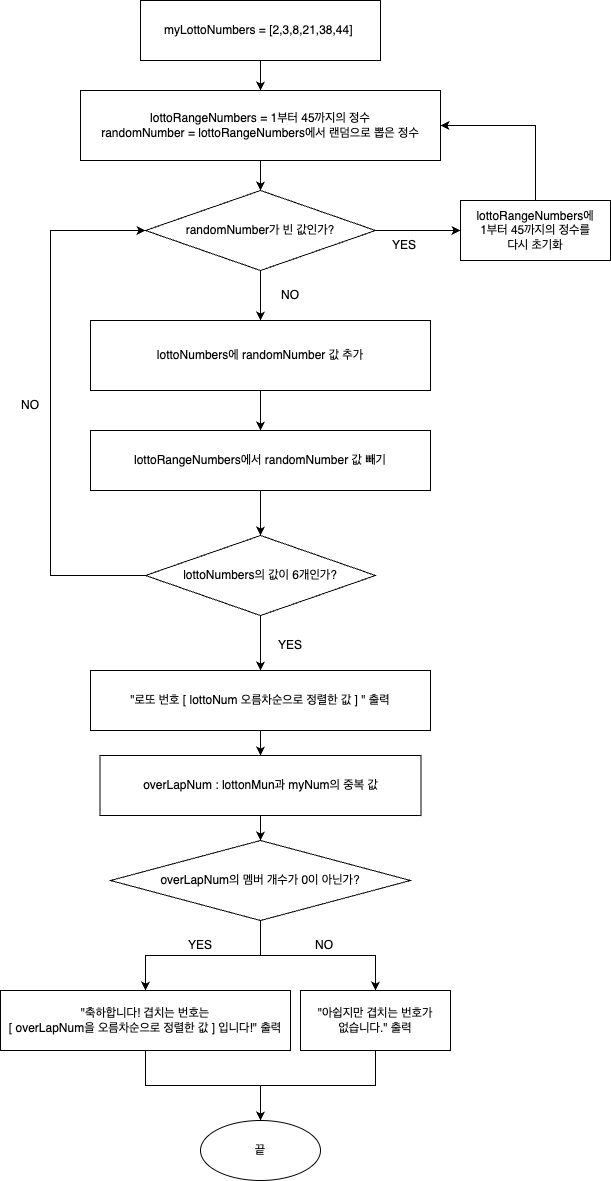
Earlier version of the draw.io export RandomLottoNumber3.drawio.png (yagom-academy/swift-starter-Round2). Source tidied: cells renumbered, new cells last; positions are measured from the earlier drawing's top-left corner, leaving out a move shared by most shapes. The source it was exported from:
```xml
<mxGraphModel>
  <root>
    <mxCell id="0" />
    <mxCell id="1" parent="0" />
    <mxCell id="2" style="edgeStyle=orthogonalEdgeStyle;rounded=0;jettySize=auto;html=1;" parent="1" edge="1" source="3" target="5">
      <mxGeometry relative="1" as="geometry" />
    </mxCell>
    <mxCell id="3" value="myLottoNumbers = [2,3,8,21,38,44]&amp;nbsp;" style="rounded=0;whiteSpace=wrap;html=1;" parent="1" vertex="1">
      <mxGeometry x="140" width="240" height="60" as="geometry" />
    </mxCell>
    <mxCell id="4" style="edgeStyle=orthogonalEdgeStyle;rounded=0;jettySize=auto;html=1;" parent="1" edge="1" source="5" target="8">
      <mxGeometry relative="1" as="geometry" />
    </mxCell>
    <mxCell id="5" value="lottoRangeNumbers = 1부터 45까지의 정수&lt;br&gt;randomNumber = lottoRangeNumbers에서 랜덤으로 뽑은 정수" style="whiteSpace=wrap;html=1;rounded=0;" parent="1" vertex="1">
      <mxGeometry x="80" y="90" width="360" height="70" as="geometry" />
    </mxCell>
    <mxCell id="6" style="edgeStyle=orthogonalEdgeStyle;rounded=0;jettySize=auto;html=1;" parent="1" edge="1" source="8" target="10">
      <mxGeometry relative="1" as="geometry" />
    </mxCell>
    <mxCell id="7" style="edgeStyle=orthogonalEdgeStyle;rounded=0;jettySize=auto;html=1;" parent="1" edge="1" source="8" target="12">
      <mxGeometry relative="1" as="geometry" />
    </mxCell>
    <mxCell id="8" value="randomNumber가 빈 값인가?" style="rhombus;whiteSpace=wrap;html=1;rounded=0;" parent="1" vertex="1">
      <mxGeometry x="145" y="190" width="230" height="80" as="geometry" />
    </mxCell>
    <mxCell id="9" style="edgeStyle=orthogonalEdgeStyle;rounded=0;jettySize=auto;html=1;entryX=1;entryY=0.5;entryDx=0;entryDy=0;exitX=0.5;exitY=0;exitDx=0;exitDy=0;" parent="1" edge="1" source="10" target="5">
      <mxGeometry relative="1" as="geometry">
        <Array as="points">
          <mxPoint x="535" y="125" />
        </Array>
      </mxGeometry>
    </mxCell>
    <mxCell id="10" value="lottoRangeNumbers에 &lt;br&gt;1부터 45까지의 정수를&lt;br&gt;다시 초기화" style="whiteSpace=wrap;html=1;rounded=0;" parent="1" vertex="1">
      <mxGeometry x="460" y="200" width="150" height="60" as="geometry" />
    </mxCell>
    <mxCell id="11" style="edgeStyle=orthogonalEdgeStyle;rounded=0;jettySize=auto;html=1;" parent="1" edge="1" source="12" target="14">
      <mxGeometry relative="1" as="geometry" />
    </mxCell>
    <mxCell id="12" value="lottoNumbers에 randomNumber 값 추가" style="whiteSpace=wrap;html=1;rounded=0;" parent="1" vertex="1">
      <mxGeometry x="90" y="320" width="340" height="70" as="geometry" />
    </mxCell>
    <mxCell id="13" style="edgeStyle=orthogonalEdgeStyle;rounded=0;jettySize=auto;html=1;" parent="1" edge="1" source="14" target="17">
      <mxGeometry relative="1" as="geometry" />
    </mxCell>
    <mxCell id="14" value="lottoRangeNumbers에서 randomNumber 값 빼기" style="rounded=0;whiteSpace=wrap;html=1;" parent="1" vertex="1">
      <mxGeometry x="90" y="430" width="340" height="60" as="geometry" />
    </mxCell>
    <mxCell id="15" style="edgeStyle=orthogonalEdgeStyle;rounded=0;jettySize=auto;html=1;entryX=0;entryY=0.5;entryDx=0;entryDy=0;" parent="1" edge="1" source="17" target="8">
      <mxGeometry relative="1" as="geometry">
        <Array as="points">
          <mxPoint x="50" y="575" />
          <mxPoint x="50" y="230" />
        </Array>
      </mxGeometry>
    </mxCell>
    <mxCell id="16" style="edgeStyle=orthogonalEdgeStyle;rounded=0;jettySize=auto;html=1;entryX=0.5;entryY=0;entryDx=0;entryDy=0;" parent="1" edge="1" source="17" target="19">
      <mxGeometry relative="1" as="geometry" />
    </mxCell>
    <mxCell id="17" value="lottoNumbers의 값이 6개인가?" style="rhombus;whiteSpace=wrap;html=1;rounded=0;" parent="1" vertex="1">
      <mxGeometry x="145" y="535" width="230" height="80" as="geometry" />
    </mxCell>
    <mxCell id="18" style="edgeStyle=orthogonalEdgeStyle;rounded=0;jettySize=auto;html=1;" parent="1" edge="1" source="19" target="22">
      <mxGeometry relative="1" as="geometry" />
    </mxCell>
    <mxCell id="19" value="&quot;로또 번호 [ lottoNum 오름차순으로 정렬한 값 ] &quot; 출력" style="rounded=0;whiteSpace=wrap;html=1;" parent="1" vertex="1">
      <mxGeometry x="90" y="670" width="340" height="60" as="geometry" />
    </mxCell>
    <mxCell id="20" value="끝" style="ellipse;whiteSpace=wrap;html=1;" parent="1" vertex="1">
      <mxGeometry x="200" y="1120" width="120" height="60" as="geometry" />
    </mxCell>
    <mxCell id="21" style="edgeStyle=orthogonalEdgeStyle;rounded=0;jettySize=auto;html=1;" parent="1" edge="1" source="22" target="25">
      <mxGeometry relative="1" as="geometry" />
    </mxCell>
    <mxCell id="22" value="overLapNum : lottonMun과 myNum의 중복 값" style="whiteSpace=wrap;html=1;rounded=0;" parent="1" vertex="1">
      <mxGeometry x="99.5" y="755" width="321" height="60" as="geometry" />
    </mxCell>
    <mxCell id="23" style="edgeStyle=orthogonalEdgeStyle;rounded=0;jettySize=auto;html=1;" parent="1" edge="1" source="25" target="27">
      <mxGeometry relative="1" as="geometry" />
    </mxCell>
    <mxCell id="24" style="edgeStyle=orthogonalEdgeStyle;rounded=0;jettySize=auto;html=1;" parent="1" edge="1" source="25" target="29">
      <mxGeometry relative="1" as="geometry" />
    </mxCell>
    <mxCell id="25" value="overLapNum의 멤버 개수가 0이 아닌가?" style="rhombus;whiteSpace=wrap;html=1;rounded=0;" parent="1" vertex="1">
      <mxGeometry x="110" y="840" width="300" height="80" as="geometry" />
    </mxCell>
    <mxCell id="26" style="edgeStyle=orthogonalEdgeStyle;rounded=0;jettySize=auto;html=1;" parent="1" edge="1" source="27" target="20">
      <mxGeometry relative="1" as="geometry" />
    </mxCell>
    <mxCell id="27" value="&quot;축하합니다! 겹치는 번호는 &lt;br&gt;[ overLapNum을 오름차순으로 정렬한 값 ]&amp;nbsp;입니다!&quot; 출력" style="rounded=0;whiteSpace=wrap;html=1;" parent="1" vertex="1">
      <mxGeometry y="990" width="290" height="60" as="geometry" />
    </mxCell>
    <mxCell id="28" style="edgeStyle=orthogonalEdgeStyle;rounded=0;jettySize=auto;html=1;entryX=0.5;entryY=0;entryDx=0;entryDy=0;" parent="1" edge="1" source="29" target="20">
      <mxGeometry relative="1" as="geometry" />
    </mxCell>
    <mxCell id="29" value="&quot;아쉽지만 겹치는 번호가 &lt;br&gt;없습니다.&quot; 출력" style="rounded=0;whiteSpace=wrap;html=1;" parent="1" vertex="1">
      <mxGeometry x="300" y="990" width="150" height="60" as="geometry" />
    </mxCell>
    <mxCell id="30" value="YES" style="text;html=1;align=center;verticalAlign=middle;whiteSpace=wrap;rounded=0;" parent="1" vertex="1">
      <mxGeometry x="170" y="930" width="60" height="30" as="geometry" />
    </mxCell>
    <mxCell id="31" value="NO" style="text;html=1;align=center;verticalAlign=middle;whiteSpace=wrap;rounded=0;" parent="1" vertex="1">
      <mxGeometry x="294" y="930" width="60" height="30" as="geometry" />
    </mxCell>
    <mxCell id="32" value="YES" style="text;html=1;align=center;verticalAlign=middle;whiteSpace=wrap;rounded=0;" parent="1" vertex="1">
      <mxGeometry x="260" y="630" width="60" height="30" as="geometry" />
    </mxCell>
    <mxCell id="33" value="NO" style="text;html=1;align=center;verticalAlign=middle;whiteSpace=wrap;rounded=0;" parent="1" vertex="1">
      <mxGeometry y="390" width="60" height="30" as="geometry" />
    </mxCell>
    <mxCell id="34" value="YES" style="text;html=1;align=center;verticalAlign=middle;whiteSpace=wrap;rounded=0;" parent="1" vertex="1">
      <mxGeometry x="374" y="230" width="60" height="30" as="geometry" />
    </mxCell>
    <mxCell id="35" value="NO" style="text;html=1;align=center;verticalAlign=middle;whiteSpace=wrap;rounded=0;" parent="1" vertex="1">
      <mxGeometry x="260" y="280" width="60" height="30" as="geometry" />
    </mxCell>
  </root>
</mxGraphModel>
```
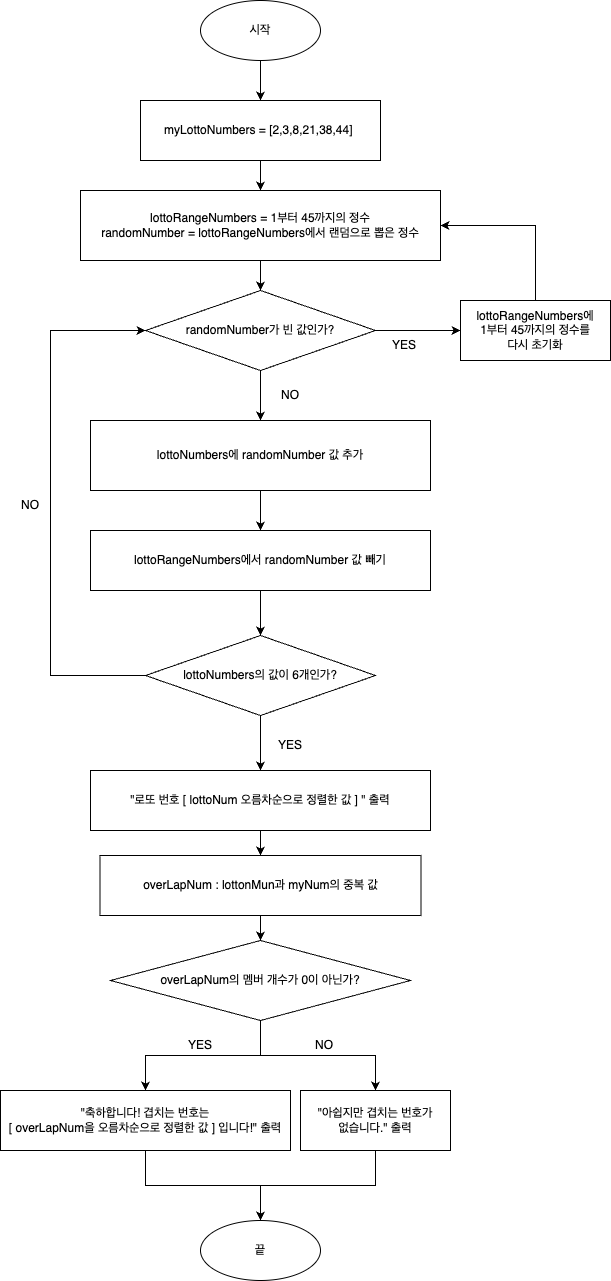
The same diagram one commit later.

Commit message:
add start in flow chart

Change to the diagram source:
```diff
@@ -113,5 +113,11 @@
     <mxCell id="35" value="NO" style="text;html=1;align=center;verticalAlign=middle;whiteSpace=wrap;rounded=0;" parent="1" vertex="1">
       <mxGeometry x="260" y="280" width="60" height="30" as="geometry" />
     </mxCell>
+    <mxCell id="36" style="edgeStyle=orthogonalEdgeStyle;rounded=0;jettySize=auto;html=1;entryX=0.5;entryY=0;entryDx=0;entryDy=0;" parent="1" edge="1" source="37" target="3">
+      <mxGeometry relative="1" as="geometry" />
+    </mxCell>
+    <mxCell id="37" value="시작" style="ellipse;whiteSpace=wrap;html=1;" parent="1" vertex="1">
+      <mxGeometry x="200" y="-100" width="120" height="60" as="geometry" />
+    </mxCell>
   </root>
 </mxGraphModel>
```
